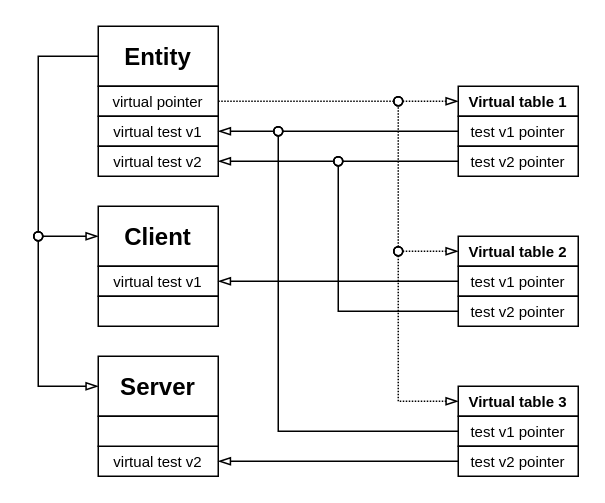
The draw.io diagram projects/examples/source/03.18.drawio in i-s-m-mipt/Education, before the edit. Source tidied: cells renumbered, new cells numbered last; positions are measured from the earlier drawing's top-left corner, leaving out a move shared by most shapes. Both pictures are drawn from the tidied source at 150%, with x=0, y=0 at pixel (38, 26).
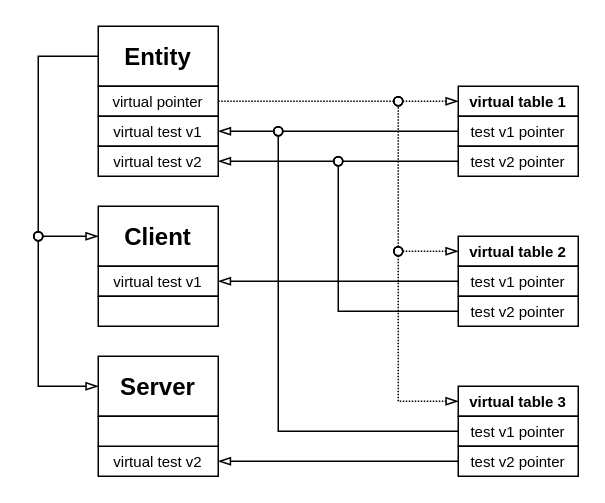
After the change.

The edit, as a diff of the source:
```diff
@@
-    <mxCell id="10" value="&lt;font style=&quot;&quot; face=&quot;Helvetica&quot;&gt;&lt;font style=&quot;font-size: 10px;&quot;&gt;&lt;b style=&quot;&quot;&gt;Virtual table 1&lt;/b&gt;&lt;/font&gt;&lt;/font&gt;" style="rounded=0;whiteSpace=wrap;html=1;fillColor=none;" parent="1" vertex="1">
+    <mxCell id="10" value="&lt;font style=&quot;&quot; face=&quot;Helvetica&quot;&gt;&lt;font style=&quot;font-size: 10px;&quot;&gt;&lt;b style=&quot;&quot;&gt;virtual table 1&lt;/b&gt;&lt;/font&gt;&lt;/font&gt;" style="rounded=0;whiteSpace=wrap;html=1;fillColor=none;" parent="1" vertex="1">
       <mxGeometry x="280" y="40" width="80" height="20" as="geometry" />
     </mxCell>
@@
-    <mxCell id="14" value="&lt;b style=&quot;&quot;&gt;&lt;font style=&quot;font-size: 10px;&quot;&gt;Virtual table 2&lt;/font&gt;&lt;/b&gt;" style="rounded=0;whiteSpace=wrap;html=1;fillColor=none;" parent="1" vertex="1">
+    <mxCell id="14" value="&lt;b style=&quot;&quot;&gt;&lt;font style=&quot;font-size: 10px;&quot;&gt;v&lt;/font&gt;&lt;/b&gt;&lt;b style=&quot;background-color: transparent; color: light-dark(rgb(0, 0, 0), rgb(255, 255, 255));&quot;&gt;&lt;font style=&quot;font-size: 10px;&quot;&gt;irtual table 2&lt;/font&gt;&lt;/b&gt;" style="rounded=0;whiteSpace=wrap;html=1;fillColor=none;" parent="1" vertex="1">
       <mxGeometry x="280" y="140" width="80" height="20" as="geometry" />
     </mxCell>
@@
-    <mxCell id="17" value="&lt;b style=&quot;&quot;&gt;&lt;font style=&quot;font-size: 10px;&quot;&gt;Virtual table 3&lt;/font&gt;&lt;/b&gt;" style="rounded=0;whiteSpace=wrap;html=1;fillColor=none;" parent="1" vertex="1">
+    <mxCell id="17" value="&lt;b style=&quot;&quot;&gt;&lt;font style=&quot;font-size: 10px;&quot;&gt;virtual table 3&lt;/font&gt;&lt;/b&gt;" style="rounded=0;whiteSpace=wrap;html=1;fillColor=none;" parent="1" vertex="1">
       <mxGeometry x="280" y="240" width="80" height="20" as="geometry" />
     </mxCell>
```
